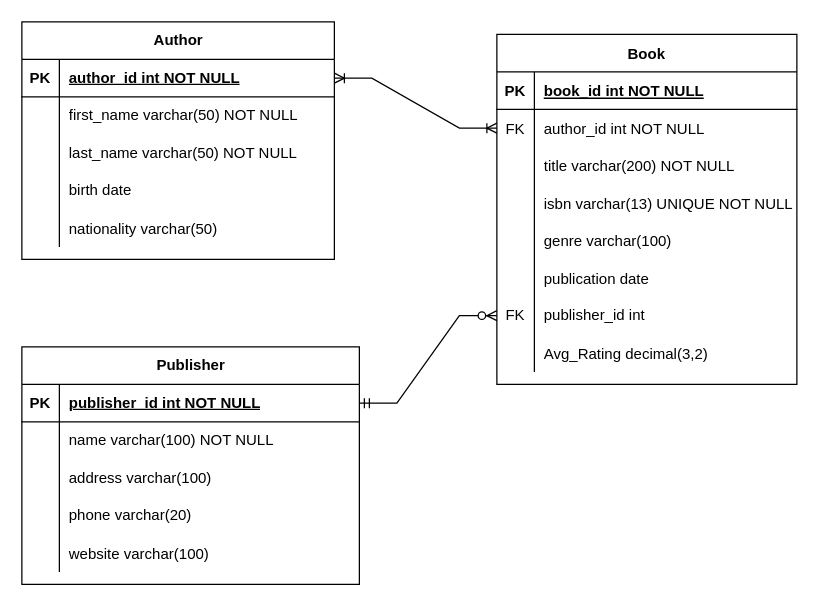
Before: myLib.drawio in Huntsmen47/Natural_Language_Book_Database, a draw.io diagram. Source tidied: cells renumbered, new cells numbered last; positions are measured from the earlier drawing's top-left corner, leaving out a move shared by most shapes. Both pictures are drawn from the tidied source at 125%, with x=0, y=0 at pixel (21, 21).
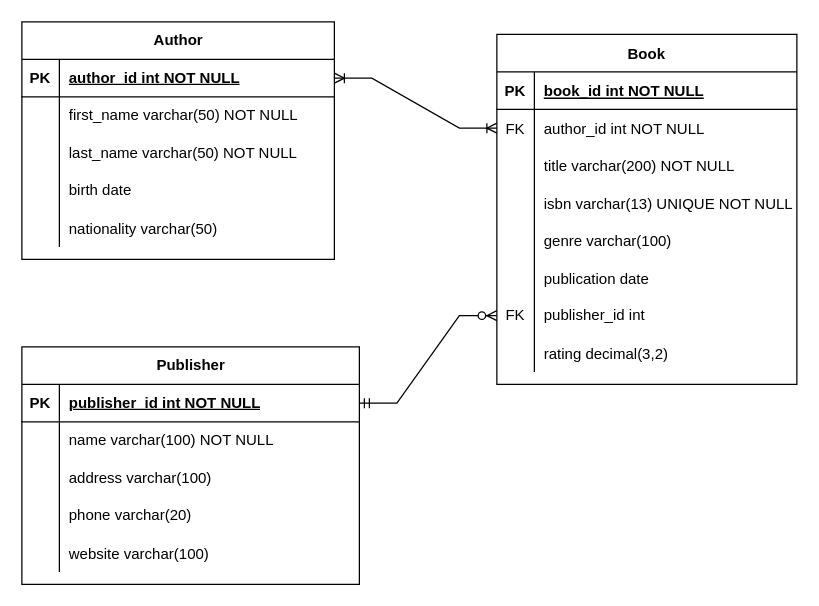
The same page after the edit.

Unchanged cells that the change refers to:
```xml
<mxCell id="25" style="shape=tableRow;horizontal=0;startSize=0;swimlaneHead=0;swimlaneBody=0;fillColor=none;top=0;left=0;right=0;bottom=0;" parent="3" vertex="1">
  <mxGeometry y="240" width="240" height="30" as="geometry" />
</mxCell>
```

Diff of the diagram source:
```diff
@@
-    <mxCell id="27" value="Avg_Rating decimal(3,2)" style="shape=partialRectangle;fillColor=none;top=0;left=0;bottom=0;right=0;align=left;spacingLeft=6;overflow=hidden;" parent="25" vertex="1">
+    <mxCell id="27" value="rating decimal(3,2)" style="shape=partialRectangle;fillColor=none;top=0;left=0;bottom=0;right=0;align=left;spacingLeft=6;overflow=hidden;" parent="25" vertex="1">
       <mxGeometry x="30" width="210" height="30" as="geometry" />
     </mxCell>
```
